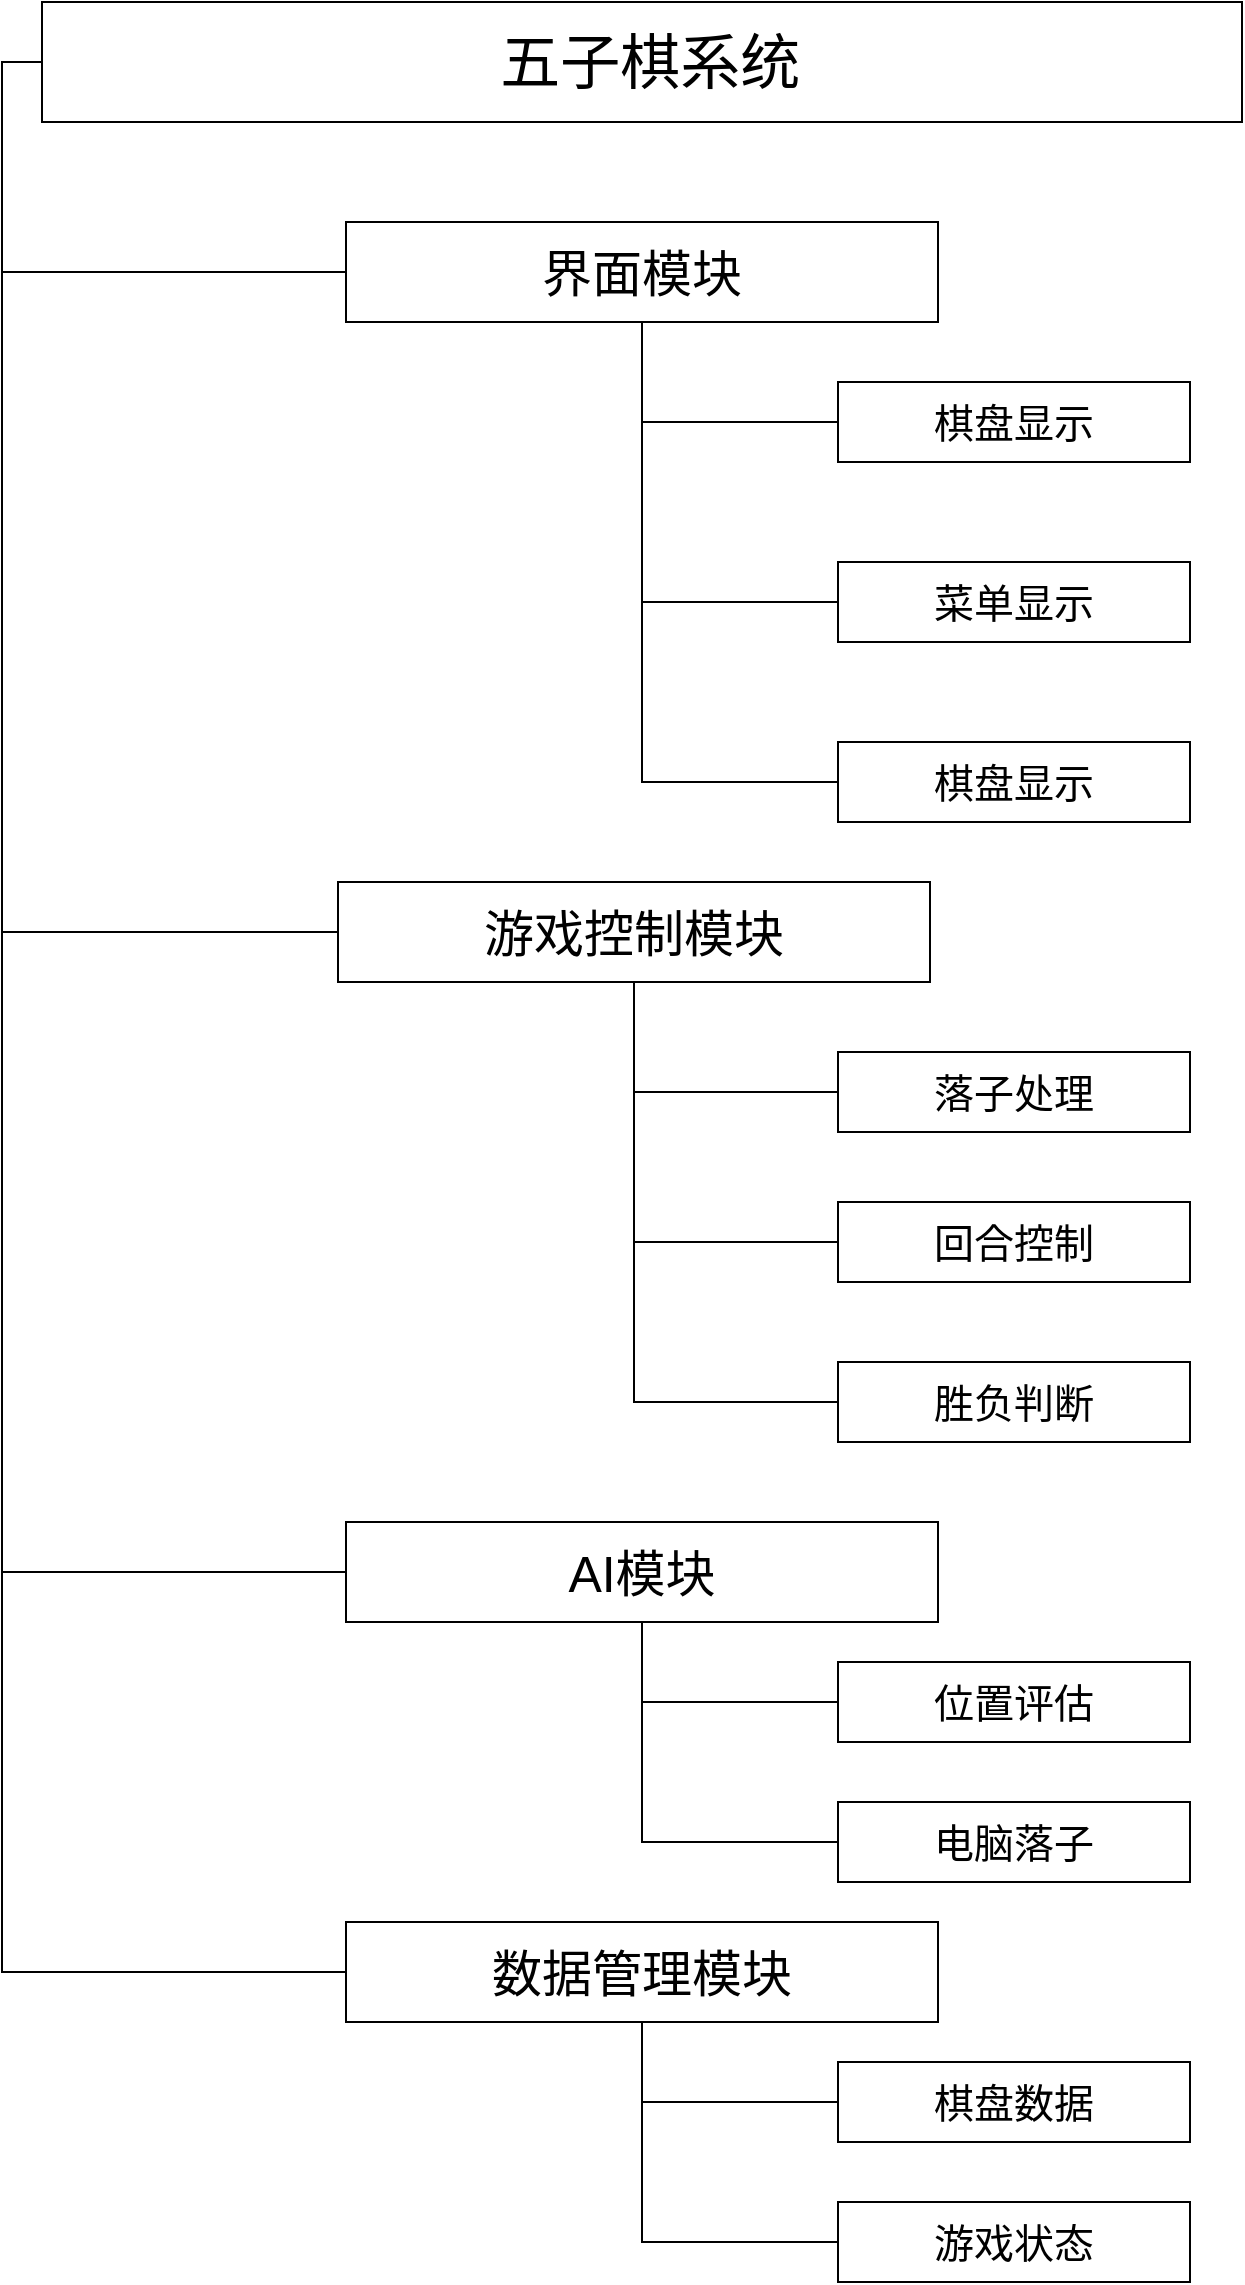
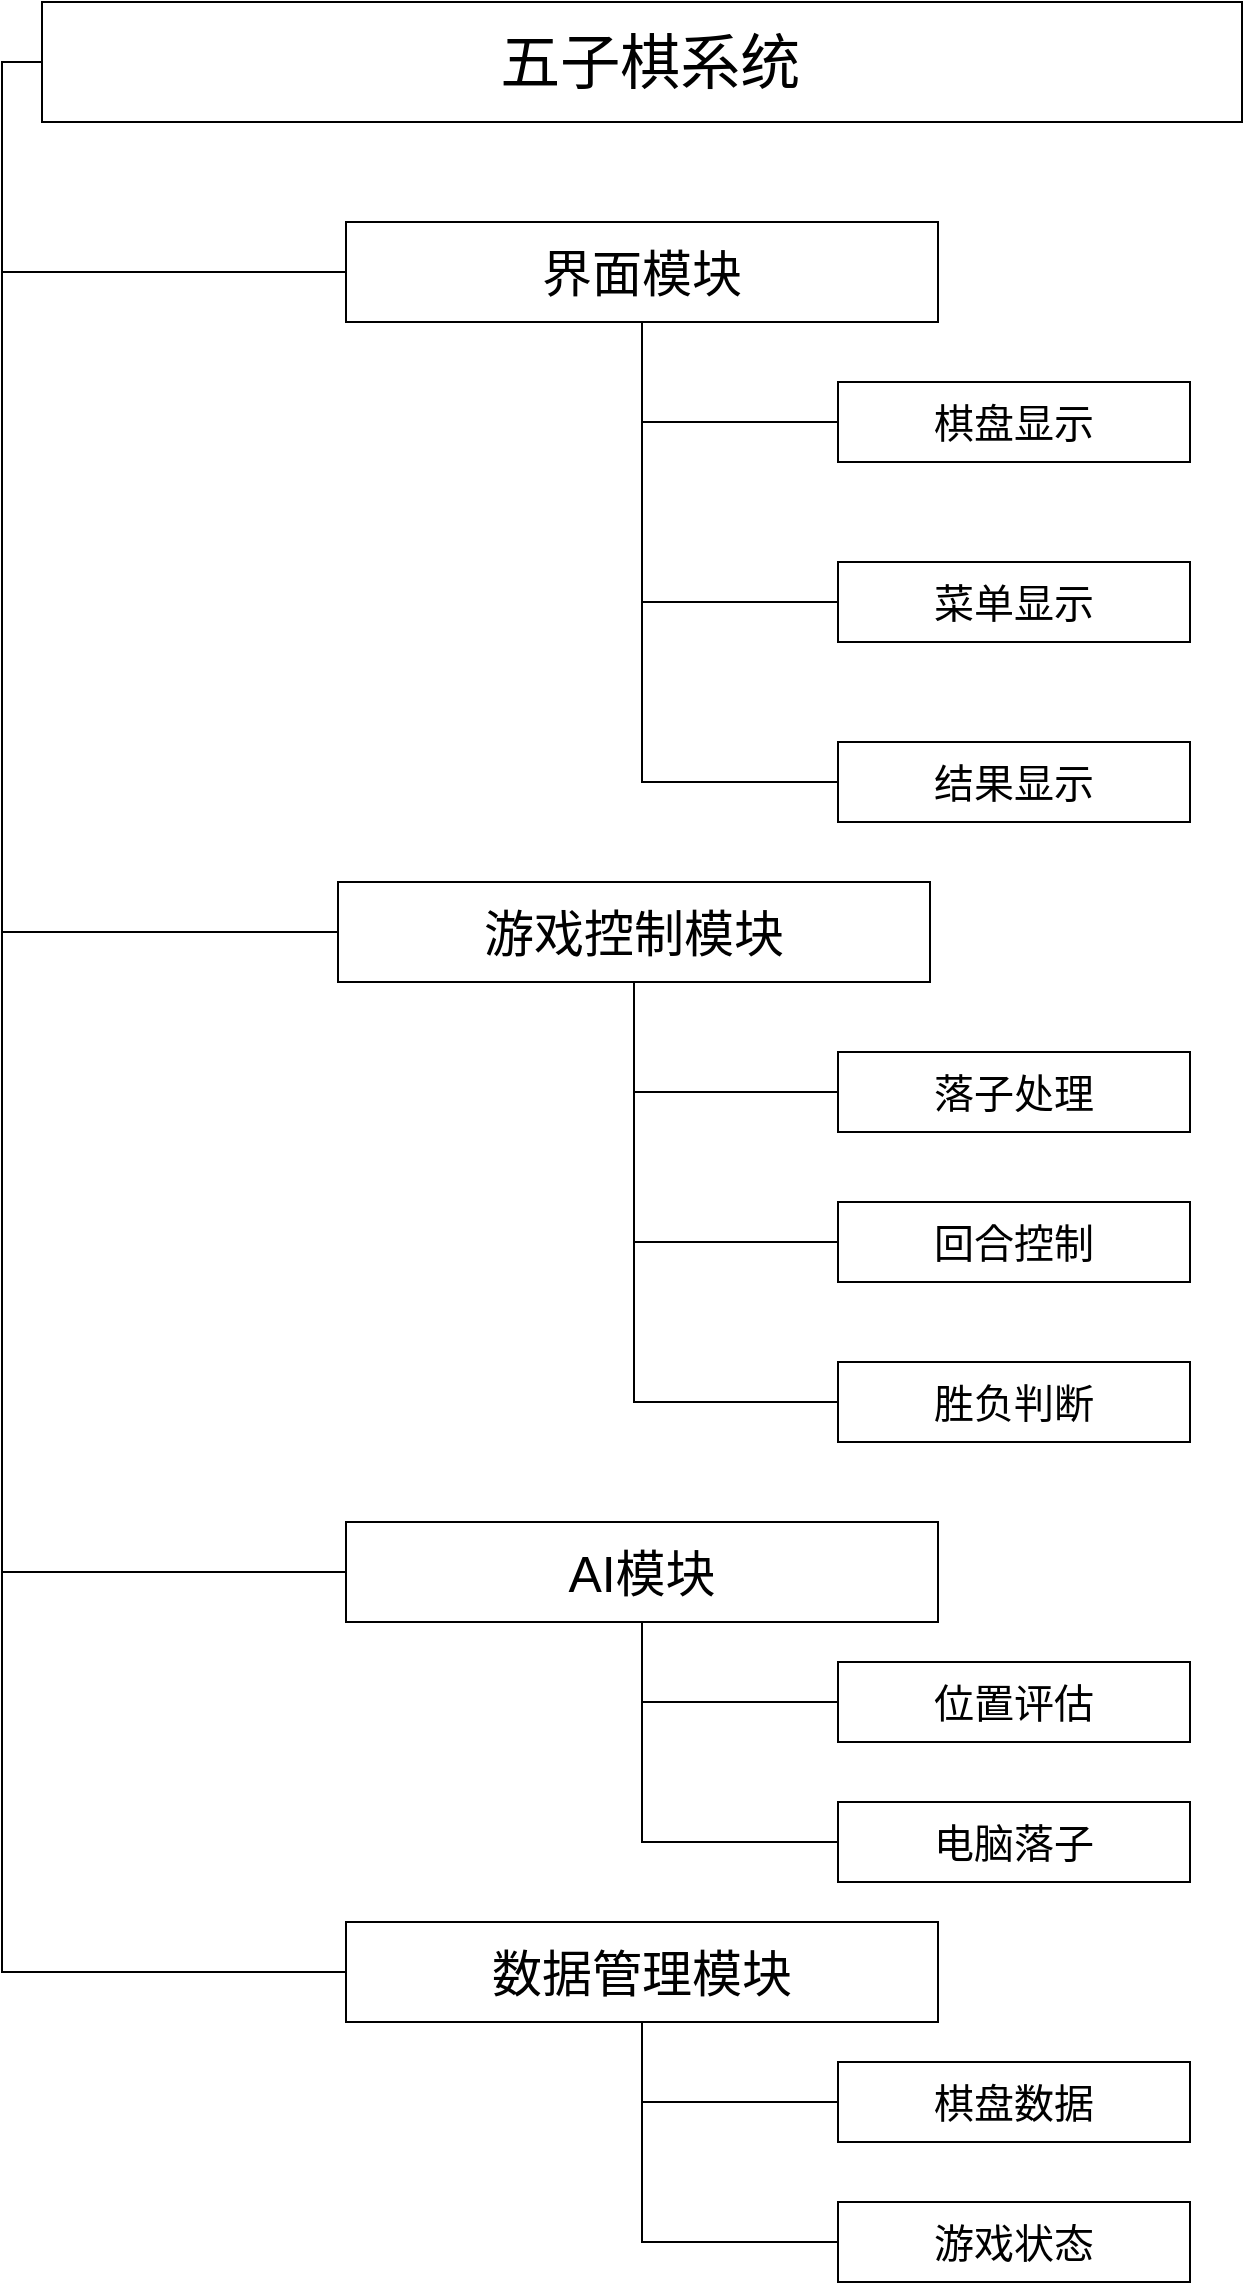
<mxfile host="app.diagrams.net">
  <diagram name="第 1 页" id="6xUhiLo2wfzWYMqrNlDq">
    <mxGraphModel dx="2054" dy="1198" grid="1" gridSize="10" guides="1" tooltips="1" connect="1" arrows="1" fold="1" page="1" pageScale="1" pageWidth="827" pageHeight="1169" math="0" shadow="0">
      <root>
        <mxCell id="0" />
        <mxCell id="1" parent="0" />
        <mxCell id="8LW64uSIi9CgH1aFV7yo-34" edge="1" parent="1" source="8LW64uSIi9CgH1aFV7yo-30" style="edgeStyle=orthogonalEdgeStyle;rounded=0;orthogonalLoop=1;jettySize=auto;html=1;exitX=0;exitY=0.5;exitDx=0;exitDy=0;entryX=0;entryY=0.5;entryDx=0;entryDy=0;endArrow=none;endFill=0;" target="8LW64uSIi9CgH1aFV7yo-32">
          <mxGeometry relative="1" as="geometry" />
        </mxCell>
        <mxCell id="8LW64uSIi9CgH1aFV7yo-42" edge="1" parent="1" source="8LW64uSIi9CgH1aFV7yo-30" style="edgeStyle=orthogonalEdgeStyle;rounded=0;orthogonalLoop=1;jettySize=auto;html=1;exitX=0;exitY=0.5;exitDx=0;exitDy=0;entryX=0;entryY=0.5;entryDx=0;entryDy=0;endArrow=none;endFill=0;" target="8LW64uSIi9CgH1aFV7yo-41">
          <mxGeometry relative="1" as="geometry" />
        </mxCell>
        <mxCell id="8LW64uSIi9CgH1aFV7yo-50" edge="1" parent="1" source="8LW64uSIi9CgH1aFV7yo-30" style="edgeStyle=orthogonalEdgeStyle;rounded=0;orthogonalLoop=1;jettySize=auto;html=1;exitX=0;exitY=0.5;exitDx=0;exitDy=0;entryX=0;entryY=0.5;entryDx=0;entryDy=0;endArrow=none;endFill=0;" target="8LW64uSIi9CgH1aFV7yo-49">
          <mxGeometry relative="1" as="geometry" />
        </mxCell>
        <mxCell id="8LW64uSIi9CgH1aFV7yo-54" edge="1" parent="1" source="8LW64uSIi9CgH1aFV7yo-30" style="edgeStyle=orthogonalEdgeStyle;rounded=0;orthogonalLoop=1;jettySize=auto;html=1;exitX=0;exitY=0.5;exitDx=0;exitDy=0;entryX=0;entryY=0.5;entryDx=0;entryDy=0;endArrow=none;endFill=0;" target="8LW64uSIi9CgH1aFV7yo-53">
          <mxGeometry relative="1" as="geometry" />
        </mxCell>
        <mxCell id="8LW64uSIi9CgH1aFV7yo-30" parent="1" style="rounded=0;whiteSpace=wrap;html=1;" value="&lt;font style=&quot;font-size: 30px;&quot;&gt;&amp;nbsp;五子棋系统&lt;/font&gt;" vertex="1">
          <mxGeometry height="60" width="600" x="118" y="20" as="geometry" />
        </mxCell>
        <mxCell id="8LW64uSIi9CgH1aFV7yo-38" edge="1" parent="1" source="8LW64uSIi9CgH1aFV7yo-32" style="edgeStyle=orthogonalEdgeStyle;rounded=0;orthogonalLoop=1;jettySize=auto;html=1;exitX=0.5;exitY=1;exitDx=0;exitDy=0;entryX=0;entryY=0.5;entryDx=0;entryDy=0;endArrow=none;endFill=0;" target="8LW64uSIi9CgH1aFV7yo-35">
          <mxGeometry relative="1" as="geometry" />
        </mxCell>
        <mxCell id="8LW64uSIi9CgH1aFV7yo-39" edge="1" parent="1" source="8LW64uSIi9CgH1aFV7yo-32" style="edgeStyle=orthogonalEdgeStyle;rounded=0;orthogonalLoop=1;jettySize=auto;html=1;exitX=0.5;exitY=1;exitDx=0;exitDy=0;entryX=0;entryY=0.5;entryDx=0;entryDy=0;endArrow=none;endFill=0;" target="8LW64uSIi9CgH1aFV7yo-36">
          <mxGeometry relative="1" as="geometry" />
        </mxCell>
        <mxCell id="8LW64uSIi9CgH1aFV7yo-40" edge="1" parent="1" source="8LW64uSIi9CgH1aFV7yo-32" style="edgeStyle=orthogonalEdgeStyle;rounded=0;orthogonalLoop=1;jettySize=auto;html=1;exitX=0.5;exitY=1;exitDx=0;exitDy=0;entryX=0;entryY=0.5;entryDx=0;entryDy=0;endArrow=none;endFill=0;" target="8LW64uSIi9CgH1aFV7yo-37">
          <mxGeometry relative="1" as="geometry" />
        </mxCell>
        <mxCell id="8LW64uSIi9CgH1aFV7yo-32" parent="1" style="rounded=0;whiteSpace=wrap;html=1;" value="&lt;font style=&quot;font-size: 25px;&quot;&gt;界面模块&lt;/font&gt;" vertex="1">
          <mxGeometry height="50" width="296" x="270" y="130" as="geometry" />
        </mxCell>
        <mxCell id="8LW64uSIi9CgH1aFV7yo-35" parent="1" style="rounded=0;whiteSpace=wrap;html=1;" value="&lt;font style=&quot;font-size: 20px;&quot;&gt;棋盘显示&lt;/font&gt;" vertex="1">
          <mxGeometry height="40" width="176" x="516" y="210" as="geometry" />
        </mxCell>
        <mxCell id="8LW64uSIi9CgH1aFV7yo-36" parent="1" style="rounded=0;whiteSpace=wrap;html=1;" value="&lt;font style=&quot;font-size: 20px;&quot;&gt;菜单显示&lt;/font&gt;&lt;span style=&quot;color: rgba(0, 0, 0, 0); font-family: monospace; font-size: 0px; text-align: start; white-space: nowrap;&quot;&gt;%3CmxGraphModel%3E%3Croot%3E%3CmxCell%20id%3D%220%22%2F%3E%3CmxCell%20id%3D%221%22%20parent%3D%220%22%2F%3E%3CmxCell%20id%3D%222%22%20parent%3D%221%22%20style%3D%22rounded%3D0%3BwhiteSpace%3Dwrap%3Bhtml%3D1%3B%22%20value%3D%22%26lt%3Bfont%20style%3D%26quot%3Bfont-size%3A%2020px%3B%26quot%3B%26gt%3B%E6%A3%8B%E7%9B%98%E6%98%BE%E7%A4%BA%26lt%3B%2Ffont%26gt%3B%22%20vertex%3D%221%22%3E%3CmxGeometry%20height%3D%2260%22%20width%3D%22200%22%20x%3D%22514%22%20y%3D%22300%22%20as%3D%22geometry%22%2F%3E%3C%2FmxCell%3E%3C%2Froot%3E%3C%2FmxGraphModel%3E&lt;/span&gt;" vertex="1">
          <mxGeometry height="40" width="176" x="516" y="300" as="geometry" />
        </mxCell>
-         <mxCell id="8LW64uSIi9CgH1aFV7yo-37" parent="1" style="rounded=0;whiteSpace=wrap;html=1;" value="&lt;font style=&quot;font-size: 20px;&quot;&gt;棋盘显示&lt;/font&gt;" vertex="1">
+         <mxCell id="8LW64uSIi9CgH1aFV7yo-37" parent="1" style="rounded=0;whiteSpace=wrap;html=1;" value="&lt;font style=&quot;font-size: 20px;&quot;&gt;结果显示&lt;/font&gt;" vertex="1">
          <mxGeometry height="40" width="176" x="516" y="390" as="geometry" />
        </mxCell>
        <mxCell id="8LW64uSIi9CgH1aFV7yo-46" edge="1" parent="1" source="8LW64uSIi9CgH1aFV7yo-41" style="edgeStyle=orthogonalEdgeStyle;rounded=0;orthogonalLoop=1;jettySize=auto;html=1;exitX=0.5;exitY=1;exitDx=0;exitDy=0;entryX=0;entryY=0.5;entryDx=0;entryDy=0;endArrow=none;endFill=0;startArrow=none;startFill=0;" target="8LW64uSIi9CgH1aFV7yo-43">
          <mxGeometry relative="1" as="geometry" />
        </mxCell>
        <mxCell id="8LW64uSIi9CgH1aFV7yo-47" edge="1" parent="1" source="8LW64uSIi9CgH1aFV7yo-41" style="edgeStyle=orthogonalEdgeStyle;rounded=0;orthogonalLoop=1;jettySize=auto;html=1;exitX=0.5;exitY=1;exitDx=0;exitDy=0;entryX=0;entryY=0.5;entryDx=0;entryDy=0;endArrow=none;endFill=0;" target="8LW64uSIi9CgH1aFV7yo-44">
          <mxGeometry relative="1" as="geometry" />
        </mxCell>
        <mxCell id="8LW64uSIi9CgH1aFV7yo-48" edge="1" parent="1" source="8LW64uSIi9CgH1aFV7yo-41" style="edgeStyle=orthogonalEdgeStyle;rounded=0;orthogonalLoop=1;jettySize=auto;html=1;exitX=0.5;exitY=1;exitDx=0;exitDy=0;entryX=0;entryY=0.5;entryDx=0;entryDy=0;endArrow=none;endFill=0;" target="8LW64uSIi9CgH1aFV7yo-45">
          <mxGeometry relative="1" as="geometry" />
        </mxCell>
        <mxCell id="8LW64uSIi9CgH1aFV7yo-41" parent="1" style="rounded=0;whiteSpace=wrap;html=1;" value="&lt;font style=&quot;font-size: 25px;&quot;&gt;游戏控制模块&lt;/font&gt;" vertex="1">
          <mxGeometry height="50" width="296" x="266" y="460" as="geometry" />
        </mxCell>
        <mxCell id="8LW64uSIi9CgH1aFV7yo-43" parent="1" style="rounded=0;whiteSpace=wrap;html=1;" value="&lt;font style=&quot;font-size: 20px;&quot;&gt;落子处理&lt;/font&gt;" vertex="1">
          <mxGeometry height="40" width="176" x="516" y="545" as="geometry" />
        </mxCell>
        <mxCell id="8LW64uSIi9CgH1aFV7yo-44" parent="1" style="rounded=0;whiteSpace=wrap;html=1;" value="&lt;span style=&quot;font-size: 20px;&quot;&gt;回合控制&lt;/span&gt;" vertex="1">
          <mxGeometry height="40" width="176" x="516" y="620" as="geometry" />
        </mxCell>
        <mxCell id="8LW64uSIi9CgH1aFV7yo-45" parent="1" style="rounded=0;whiteSpace=wrap;html=1;" value="&lt;font style=&quot;font-size: 20px;&quot;&gt;胜负判断&lt;/font&gt;" vertex="1">
          <mxGeometry height="40" width="176" x="516" y="700" as="geometry" />
        </mxCell>
        <mxCell id="8LW64uSIi9CgH1aFV7yo-52" edge="1" parent="1" source="8LW64uSIi9CgH1aFV7yo-49" style="edgeStyle=orthogonalEdgeStyle;rounded=0;orthogonalLoop=1;jettySize=auto;html=1;exitX=0.5;exitY=1;exitDx=0;exitDy=0;entryX=0;entryY=0.5;entryDx=0;entryDy=0;endArrow=none;endFill=0;" target="8LW64uSIi9CgH1aFV7yo-51">
          <mxGeometry relative="1" as="geometry" />
        </mxCell>
        <mxCell id="8LW64uSIi9CgH1aFV7yo-60" edge="1" parent="1" source="8LW64uSIi9CgH1aFV7yo-49" style="edgeStyle=orthogonalEdgeStyle;rounded=0;orthogonalLoop=1;jettySize=auto;html=1;exitX=0.5;exitY=1;exitDx=0;exitDy=0;entryX=0;entryY=0.5;entryDx=0;entryDy=0;endArrow=none;endFill=0;" target="8LW64uSIi9CgH1aFV7yo-59">
          <mxGeometry relative="1" as="geometry" />
        </mxCell>
        <mxCell id="8LW64uSIi9CgH1aFV7yo-49" parent="1" style="rounded=0;whiteSpace=wrap;html=1;" value="&lt;font style=&quot;font-size: 25px;&quot;&gt;AI模块&lt;/font&gt;" vertex="1">
          <mxGeometry height="50" width="296" x="270" y="780" as="geometry" />
        </mxCell>
        <mxCell id="8LW64uSIi9CgH1aFV7yo-51" parent="1" style="rounded=0;whiteSpace=wrap;html=1;" value="&lt;font style=&quot;font-size: 20px;&quot;&gt;电脑落子&lt;/font&gt;" vertex="1">
          <mxGeometry height="40" width="176" x="516" y="920" as="geometry" />
        </mxCell>
        <mxCell id="8LW64uSIi9CgH1aFV7yo-57" edge="1" parent="1" source="8LW64uSIi9CgH1aFV7yo-53" style="edgeStyle=orthogonalEdgeStyle;rounded=0;orthogonalLoop=1;jettySize=auto;html=1;exitX=0.5;exitY=1;exitDx=0;exitDy=0;entryX=0;entryY=0.5;entryDx=0;entryDy=0;endArrow=none;endFill=0;" target="8LW64uSIi9CgH1aFV7yo-55">
          <mxGeometry relative="1" as="geometry" />
        </mxCell>
        <mxCell id="8LW64uSIi9CgH1aFV7yo-58" edge="1" parent="1" source="8LW64uSIi9CgH1aFV7yo-53" style="edgeStyle=orthogonalEdgeStyle;rounded=0;orthogonalLoop=1;jettySize=auto;html=1;exitX=0.5;exitY=1;exitDx=0;exitDy=0;entryX=0;entryY=0.5;entryDx=0;entryDy=0;endArrow=none;endFill=0;" target="8LW64uSIi9CgH1aFV7yo-56">
          <mxGeometry relative="1" as="geometry" />
        </mxCell>
        <mxCell id="8LW64uSIi9CgH1aFV7yo-53" parent="1" style="rounded=0;whiteSpace=wrap;html=1;" value="&lt;font style=&quot;font-size: 25px;&quot;&gt;数据管理模块&lt;/font&gt;" vertex="1">
          <mxGeometry height="50" width="296" x="270" y="980" as="geometry" />
        </mxCell>
        <mxCell id="8LW64uSIi9CgH1aFV7yo-55" parent="1" style="rounded=0;whiteSpace=wrap;html=1;" value="&lt;font style=&quot;font-size: 20px;&quot;&gt;棋盘数据&lt;/font&gt;" vertex="1">
          <mxGeometry height="40" width="176" x="516" y="1050" as="geometry" />
        </mxCell>
        <mxCell id="8LW64uSIi9CgH1aFV7yo-56" parent="1" style="rounded=0;whiteSpace=wrap;html=1;" value="&lt;font style=&quot;font-size: 20px;&quot;&gt;游戏状态&lt;/font&gt;" vertex="1">
          <mxGeometry height="40" width="176" x="516" y="1120" as="geometry" />
        </mxCell>
        <mxCell id="8LW64uSIi9CgH1aFV7yo-59" parent="1" style="rounded=0;whiteSpace=wrap;html=1;" value="&lt;font style=&quot;font-size: 20px;&quot;&gt;位置评估&lt;/font&gt;" vertex="1">
          <mxGeometry height="40" width="176" x="516" y="850" as="geometry" />
        </mxCell>
      </root>
    </mxGraphModel>
  </diagram>
</mxfile>
